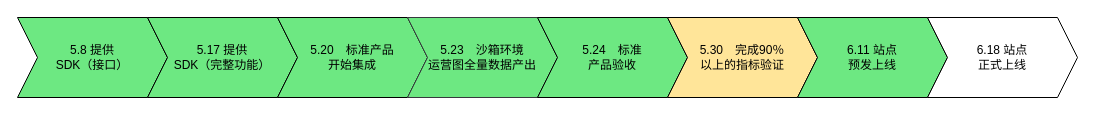
Before: tng_ana.drawio in learn2Pro/draw_io_save, a draw.io diagram. Source tidied: cells renumbered, new cells numbered last; positions are measured from the earlier drawing's top-left corner, leaving out a move shared by most shapes. Both pictures are drawn from the tidied source at 100%, with x=0, y=0 at pixel (17, 17).
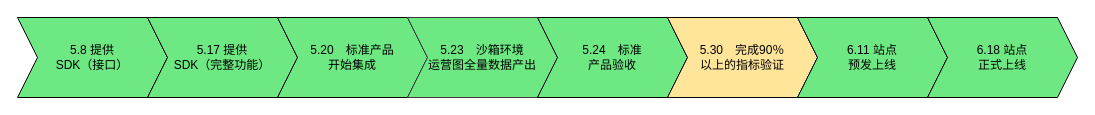
The same diagram, later.

The edit, as a diff of the source:
```diff
@@
 <mxGraphModel>
   <root>
     <mxCell id="0" />
     <mxCell id="1" parent="0" />
     <mxCell id="2" value="&lt;span&gt;5.8 提供&lt;br&gt;SDK（接口）&lt;/span&gt;" style="shape=step;perimeter=stepPerimeter;whiteSpace=wrap;html=1;fixedSize=1;fillColor=#6DE882;strokeColor=#000000;gradientColor=none;" parent="1" vertex="1">
       <mxGeometry width="150" height="80" as="geometry" />
     </mxCell>
     <mxCell id="3" value="&lt;span&gt;5.17 提供&lt;br&gt;SDK（完整功能）&lt;/span&gt;&lt;br&gt;" style="shape=step;perimeter=stepPerimeter;whiteSpace=wrap;html=1;fixedSize=1;fillColor=#6DE882;" parent="1" vertex="1">
       <mxGeometry x="130" width="150" height="80" as="geometry" />
     </mxCell>
     <mxCell id="4" value="&lt;span&gt; 5.20　标准产品&lt;br&gt;开始集成　&lt;/span&gt;&lt;br&gt;" style="shape=step;perimeter=stepPerimeter;whiteSpace=wrap;html=1;fixedSize=1;fillColor=#6DE882;" parent="1" vertex="1">
       <mxGeometry x="260" width="150" height="80" as="geometry" />
     </mxCell>
     <mxCell id="5" value="&lt;span&gt; 5.23　沙箱环境&lt;br&gt;运营图全量数据产出 &lt;/span&gt;&lt;br&gt;" style="shape=step;perimeter=stepPerimeter;whiteSpace=wrap;html=1;fixedSize=1;fillColor=#6DE882;strokeColor=#36393d;" parent="1" vertex="1">
       <mxGeometry x="390" width="150" height="80" as="geometry" />
     </mxCell>
     <mxCell id="6" value="&lt;span&gt;5.24　标准&lt;br&gt;产品验收&lt;/span&gt;&lt;br&gt;" style="shape=step;perimeter=stepPerimeter;whiteSpace=wrap;html=1;fixedSize=1;fillColor=#6DE882;" parent="1" vertex="1">
       <mxGeometry x="520" width="150" height="80" as="geometry" />
     </mxCell>
     <mxCell id="7" value="&lt;span&gt;5.30　完成90％&lt;br&gt;以上的指标验证&lt;/span&gt;&lt;br&gt;" style="shape=step;perimeter=stepPerimeter;whiteSpace=wrap;html=1;fixedSize=1;fillColor=#FFE599;" parent="1" vertex="1">
       <mxGeometry x="650" width="150" height="80" as="geometry" />
     </mxCell>
     <mxCell id="8" value="&lt;span&gt;6.11 站点&lt;br&gt;预发上线&lt;/span&gt;&lt;br&gt;" style="shape=step;perimeter=stepPerimeter;whiteSpace=wrap;html=1;fixedSize=1;fillColor=#6DE882;" parent="1" vertex="1">
       <mxGeometry x="780" width="150" height="80" as="geometry" />
     </mxCell>
-    <mxCell id="9" value="6.18 站点&lt;br&gt;正式上线&lt;br&gt;" style="shape=step;perimeter=stepPerimeter;whiteSpace=wrap;html=1;fixedSize=1;" parent="1" vertex="1">
+    <mxCell id="9" value="6.18 站点&lt;br&gt;正式上线&lt;br&gt;" style="shape=step;perimeter=stepPerimeter;whiteSpace=wrap;html=1;fixedSize=1;fillColor=#6DE882;" parent="1" vertex="1">
       <mxGeometry x="910" width="150" height="80" as="geometry" />
     </mxCell>
   </root>
 </mxGraphModel>
```
